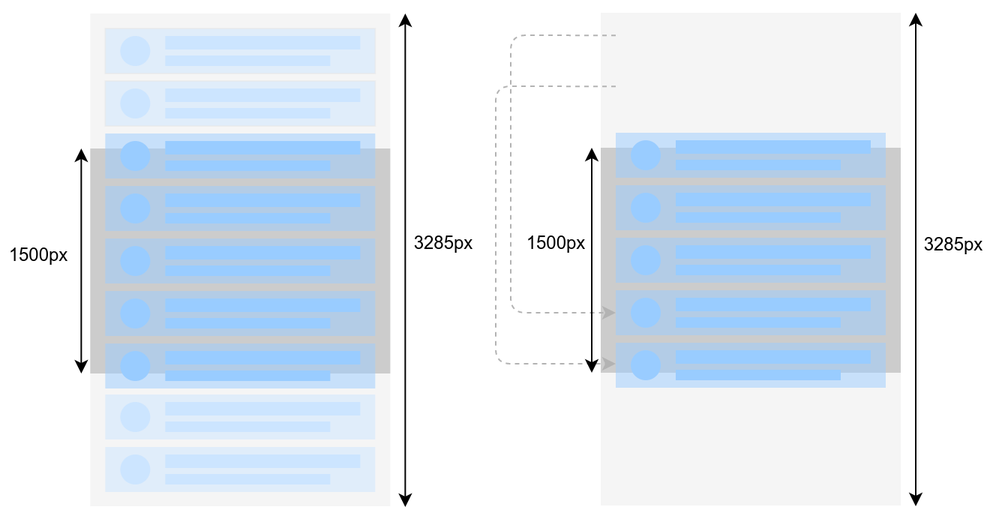
Above: docs/img/virtualized_list.png in michalstruna/exoplanets-ai (draw.io), before the change. Source tidied: cells renumbered, new cells last; positions are measured from the earlier drawing's top-left corner, leaving out a move shared by most shapes.
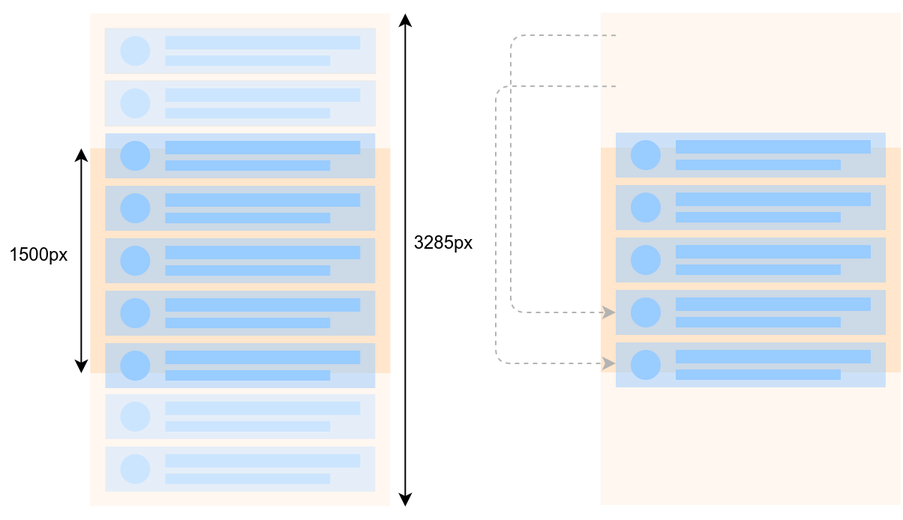
After the change.

Diff of the diagram source:
```diff
@@ -2,16 +2,16 @@
   <root>
     <mxCell id="0" />
     <mxCell id="1" parent="0" />
-    <mxCell id="2" style="rounded=0;whiteSpace=wrap;html=1;strokeColor=none;fillColor=#F5F5F5;" parent="1" vertex="1">
+    <mxCell id="2" style="rounded=0;whiteSpace=wrap;html=1;strokeColor=none;fillColor=#ffe6cc;opacity=30;" parent="1" vertex="1">
       <mxGeometry x="400" width="200" height="328.5" as="geometry" />
     </mxCell>
-    <mxCell id="3" style="rounded=0;whiteSpace=wrap;html=1;strokeColor=none;fillColor=#CCCCCC;" parent="1" vertex="1">
+    <mxCell id="3" style="rounded=0;whiteSpace=wrap;html=1;strokeColor=none;fillColor=#ffe6cc;" parent="1" vertex="1">
       <mxGeometry x="400" y="90" width="200" height="150" as="geometry" />
     </mxCell>
-    <mxCell id="4" style="rounded=0;whiteSpace=wrap;html=1;strokeColor=none;fillColor=#F5F5F5;" parent="1" vertex="1">
+    <mxCell id="4" style="rounded=0;whiteSpace=wrap;html=1;strokeColor=none;fillColor=#ffe6cc;opacity=30;" parent="1" vertex="1">
       <mxGeometry x="59.7" y="0.5" width="200" height="328.5" as="geometry" />
     </mxCell>
-    <mxCell id="5" style="rounded=0;whiteSpace=wrap;html=1;strokeColor=none;fillColor=#CCCCCC;" parent="1" vertex="1">
+    <mxCell id="5" style="rounded=0;whiteSpace=wrap;html=1;strokeColor=none;fillColor=#ffe6cc;" parent="1" vertex="1">
       <mxGeometry x="59.7" y="90.5" width="200" height="150" as="geometry" />
     </mxCell>
     <mxCell id="6" style="rounded=0;whiteSpace=wrap;html=1;fillColor=#CCE5FF;textOpacity=50;opacity=50;strokeColor=#E6E6E6;" parent="1" vertex="1">
@@ -200,18 +200,6 @@
     <mxCell id="65" style="rounded=0;whiteSpace=wrap;html=1;fillColor=#99CCFF;strokeColor=none;" parent="1" vertex="1">
       <mxGeometry x="450" y="238" width="110" height="7" as="geometry" />
     </mxCell>
-    <mxCell id="66" style="endArrow=classic;startArrow=classic;html=1;" parent="1" edge="1">
-      <mxGeometry relative="1" as="geometry">
-        <mxPoint x="610" y="329" as="sourcePoint" />
-        <mxPoint x="610" as="targetPoint" />
-      </mxGeometry>
-    </mxCell>
-    <mxCell id="67" value="3285px" style="text;html=1;align=center;verticalAlign=middle;" parent="1" vertex="1">
-      <mxGeometry x="610" y="144" width="50" height="20" as="geometry" />
-    </mxCell>
-    <mxCell id="68" value="1500px" style="text;html=1;align=center;verticalAlign=middle;" parent="1" vertex="1">
-      <mxGeometry x="345" y="143" width="50" height="20" as="geometry" />
-    </mxCell>
     <mxCell id="69" style="endArrow=classic;html=1;entryX=0;entryY=0.5;entryDx=0;entryDy=0;exitX=0.05;exitY=0.046;exitDx=0;exitDy=0;exitPerimeter=0;dashed=1;strokeColor=#B3B3B3;" parent="1" edge="1" source="2" target="58">
       <mxGeometry relative="1" as="geometry">
         <Array as="points">
@@ -230,11 +218,5 @@
         </Array>
       </mxGeometry>
     </mxCell>
-    <mxCell id="71" style="endArrow=classic;startArrow=classic;html=1;" parent="1" edge="1">
-      <mxGeometry relative="1" as="geometry">
-        <mxPoint x="394" y="240" as="sourcePoint" />
-        <mxPoint x="394" y="90" as="targetPoint" />
-      </mxGeometry>
-    </mxCell>
   </root>
 </mxGraphModel>
```
